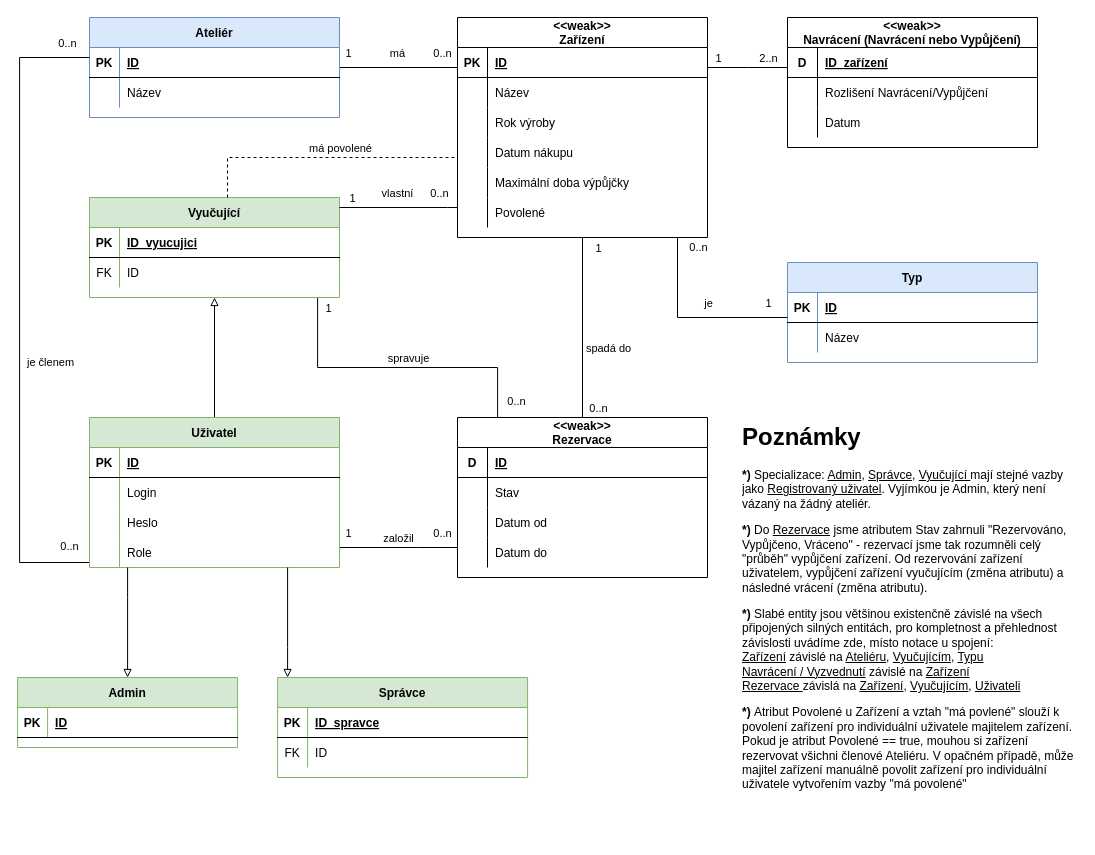
petr-plihal/is-for-art-school keeps this draw.io diagram as page "ER Diagram" (1 of 2) of docs/Diagramy.drawio. Above is the earlier version. Source tidied: cells renumbered, new cells numbered last; positions are measured from the earlier drawing's top-left corner, leaving out a move shared by most shapes. Both pictures are drawn from the tidied source at 100%, with x=0, y=0 at pixel (17, 17).
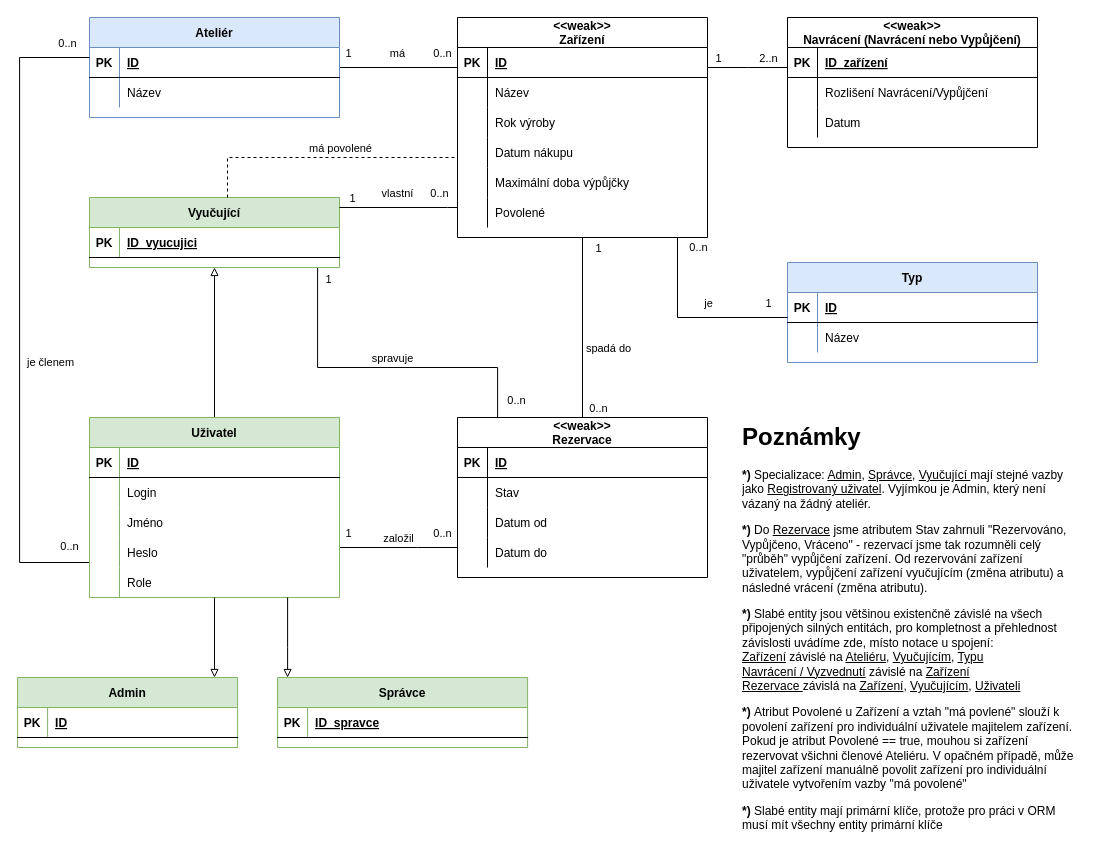
The same page after the edit.

Unchanged cells that the change refers to:
```xml
<mxCell id="69" style="shape=partialRectangle;fillColor=none;top=0;left=0;right=0;bottom=1;" parent="68" vertex="1">
  <mxGeometry y="30" width="250" height="30" as="geometry" />
</mxCell>
<mxCell id="86" style="shape=partialRectangle;fillColor=none;top=0;left=0;right=0;bottom=1;" parent="85" vertex="1">
  <mxGeometry y="30" width="250" height="30" as="geometry" />
</mxCell>
```

What changed in the source:
```diff
@@
     <mxCell id="56" value="Vyučující" style="shape=table;startSize=30;childLayout=tableLayout;rowLines=0;fontStyle=1;align=center;fillColor=#d5e8d4;strokeColor=#82b366;" parent="1" vertex="1">
-      <mxGeometry x="72" y="180" width="250" height="100" as="geometry" />
+      <mxGeometry x="72" y="180" width="250" height="70" as="geometry" />
     </mxCell>
@@
-    <mxCell id="60" style="shape=partialRectangle;fillColor=none;top=0;left=0;right=0;bottom=0;" parent="56" vertex="1">
-      <mxGeometry y="60" width="250" height="30" as="geometry" />
-    </mxCell>
-    <mxCell id="61" value="FK" style="shape=partialRectangle;overflow=hidden;fillColor=none;top=0;left=0;bottom=0;right=0;" parent="60" vertex="1">
-      <mxGeometry width="30" height="30" as="geometry" />
-    </mxCell>
-    <mxCell id="62" value="ID" style="shape=partialRectangle;overflow=hidden;fillColor=none;top=0;left=0;bottom=0;right=0;align=left;spacingLeft=6;" parent="60" vertex="1">
-      <mxGeometry x="30" width="220" height="30" as="geometry" />
-    </mxCell>
@@
-    <mxCell id="70" value="D" style="shape=partialRectangle;overflow=hidden;fillColor=none;top=0;left=0;bottom=0;right=0;fontStyle=1;" parent="69" vertex="1">
+    <mxCell id="70" value="PK" style="shape=partialRectangle;overflow=hidden;fillColor=none;top=0;left=0;bottom=0;right=0;fontStyle=1;" parent="69" vertex="1">
       <mxGeometry width="30" height="30" as="geometry" />
     </mxCell>
@@
-    <mxCell id="87" value="D" style="shape=partialRectangle;overflow=hidden;fillColor=none;top=0;left=0;bottom=0;right=0;fontStyle=1;" parent="86" vertex="1">
+    <mxCell id="87" value="PK" style="shape=partialRectangle;overflow=hidden;fillColor=none;top=0;left=0;bottom=0;right=0;fontStyle=1;" parent="86" vertex="1">
       <mxGeometry width="30" height="30" as="geometry" />
     </mxCell>
@@
     <mxCell id="98" value="Uživatel" style="shape=table;startSize=30;childLayout=tableLayout;rowLines=0;fontStyle=1;align=center;fillColor=#d5e8d4;strokeColor=#82b366;" parent="1" vertex="1">
-      <mxGeometry x="72" y="400" width="250" height="150" as="geometry" />
+      <mxGeometry x="72" y="400" width="250" height="180" as="geometry" />
     </mxCell>
@@
+    <mxCell id="127" style="shape=partialRectangle;fillColor=none;top=0;left=0;right=0;bottom=0;" parent="98" vertex="1">
+      <mxGeometry y="90" width="250" height="30" as="geometry" />
+    </mxCell>
+    <mxCell id="128" style="shape=partialRectangle;overflow=hidden;fillColor=none;top=0;left=0;bottom=0;right=0;" parent="127" vertex="1">
+      <mxGeometry width="30" height="30" as="geometry" />
+    </mxCell>
+    <mxCell id="129" value="Jméno" style="shape=partialRectangle;overflow=hidden;fillColor=none;top=0;left=0;bottom=0;right=0;align=left;spacingLeft=6;" parent="127" vertex="1">
+      <mxGeometry x="30" width="220" height="30" as="geometry" />
+    </mxCell>
     <mxCell id="105" style="shape=partialRectangle;fillColor=none;top=0;left=0;right=0;bottom=0;" parent="98" vertex="1">
-      <mxGeometry y="90" width="250" height="30" as="geometry" />
+      <mxGeometry y="120" width="250" height="30" as="geometry" />
     </mxCell>
@@
     <mxCell id="108" style="shape=partialRectangle;fillColor=none;top=0;left=0;right=0;bottom=0;" parent="98" vertex="1">
-      <mxGeometry y="120" width="250" height="30" as="geometry" />
+      <mxGeometry y="150" width="250" height="30" as="geometry" />
     </mxCell>
@@
     <mxCell id="111" value="Správce" style="shape=table;startSize=30;childLayout=tableLayout;rowLines=0;fontStyle=1;align=center;fillColor=#d5e8d4;strokeColor=#82b366;" parent="1" vertex="1">
-      <mxGeometry x="260.1" y="660" width="250" height="100" as="geometry" />
+      <mxGeometry x="260.1" y="660" width="250" height="70" as="geometry" />
     </mxCell>
@@
-    <mxCell id="115" style="shape=partialRectangle;fillColor=none;top=0;left=0;right=0;bottom=0;" parent="111" vertex="1">
-      <mxGeometry y="60" width="250" height="30" as="geometry" />
-    </mxCell>
-    <mxCell id="116" value="FK" style="shape=partialRectangle;overflow=hidden;fillColor=none;top=0;left=0;bottom=0;right=0;" parent="115" vertex="1">
-      <mxGeometry width="30" height="30" as="geometry" />
-    </mxCell>
-    <mxCell id="117" value="ID" style="shape=partialRectangle;overflow=hidden;fillColor=none;top=0;left=0;bottom=0;right=0;align=left;spacingLeft=6;" parent="115" vertex="1">
-      <mxGeometry x="30" width="220" height="30" as="geometry" />
-    </mxCell>
@@
-    <mxCell id="124" value="&lt;h1&gt;Poznámky&lt;/h1&gt;&lt;p&gt;&lt;b&gt;*) &lt;/b&gt;Specializace: &lt;u&gt;Admin&lt;/u&gt;, &lt;u&gt;Správce&lt;/u&gt;, &lt;u&gt;Vyučující &lt;/u&gt;mají stejné vazby jako &lt;u&gt;Registrovaný uživatel&lt;/u&gt;. Vyjímkou je Admin, který není vázaný na žádný ateliér.&lt;/p&gt;&lt;p&gt;&lt;b&gt;*)&lt;/b&gt; Do &lt;u&gt;Rezervace&lt;/u&gt; jsme atributem Stav zahrnuli &quot;Rezervováno, Vypůjčeno, Vráceno&quot; - rezervací jsme tak rozumněli celý &quot;průběh&quot; vypůjčení zařízení. Od rezervování zařízení uživatelem, vypůjčení zařízení vyučujícím (změna atributu) a následné vrácení (změna atributu).&lt;/p&gt;&lt;p&gt;&lt;b&gt;*) &lt;/b&gt;Slabé entity jsou většinou existenčně závislé na všech připojených silných entitách, pro kompletnost a přehlednost závislosti uvádíme zde, místo notace u spojení:&amp;nbsp;&lt;br&gt;&lt;u&gt;Zařízení&lt;/u&gt; závislé na &lt;u&gt;Ateliéru&lt;/u&gt;, &lt;u&gt;Vyučujícím&lt;/u&gt;, &lt;u&gt;Typu&lt;/u&gt;&lt;br&gt;&lt;u&gt;Navrácení / Vyzvednutí&lt;/u&gt;&amp;nbsp;závislé na &lt;u&gt;Zařízení&lt;/u&gt;&lt;br&gt;&lt;u&gt;Rezervace &lt;/u&gt;závislá na &lt;u&gt;Zařízení&lt;/u&gt;, &lt;u&gt;Vyučujícím&lt;/u&gt;, &lt;u&gt;Uživateli&lt;/u&gt;&lt;/p&gt;&lt;p&gt;&lt;b&gt;*)&lt;/b&gt;&amp;nbsp;Atribut Povolené u Zařízení a vztah &quot;má povlené&quot; slouží k povolení zařízení pro individuální uživatele majitelem zařízení. Pokud je atribut Povolené == true, mouhou si zařízení rezervovat všichni členové Ateliéru. V opačném případě, může majitel zařízení manuálně povolit zařízení pro individuální uživatele vytvořením vazby &quot;má povolené&quot;&lt;/p&gt;" style="text;html=1;strokeColor=none;fillColor=none;spacing=5;spacingTop=-20;whiteSpace=wrap;overflow=hidden;rounded=0;" parent="1" vertex="1">
-      <mxGeometry x="720" y="400" width="340.1" height="410" as="geometry" />
+    <mxCell id="124" value="&lt;h1&gt;Poznámky&lt;/h1&gt;&lt;p&gt;&lt;b&gt;*) &lt;/b&gt;Specializace: &lt;u&gt;Admin&lt;/u&gt;, &lt;u&gt;Správce&lt;/u&gt;, &lt;u&gt;Vyučující &lt;/u&gt;mají stejné vazby jako &lt;u&gt;Registrovaný uživatel&lt;/u&gt;. Vyjímkou je Admin, který není vázaný na žádný ateliér.&lt;/p&gt;&lt;p&gt;&lt;b&gt;*)&lt;/b&gt; Do &lt;u&gt;Rezervace&lt;/u&gt; jsme atributem Stav zahrnuli &quot;Rezervováno, Vypůjčeno, Vráceno&quot; - rezervací jsme tak rozumněli celý &quot;průběh&quot; vypůjčení zařízení. Od rezervování zařízení uživatelem, vypůjčení zařízení vyučujícím (změna atributu) a následné vrácení (změna atributu).&lt;/p&gt;&lt;p&gt;&lt;b&gt;*) &lt;/b&gt;Slabé entity jsou většinou existenčně závislé na všech připojených silných entitách, pro kompletnost a přehlednost závislosti uvádíme zde, místo notace u spojení:&amp;nbsp;&lt;br&gt;&lt;u&gt;Zařízení&lt;/u&gt; závislé na &lt;u&gt;Ateliéru&lt;/u&gt;, &lt;u&gt;Vyučujícím&lt;/u&gt;, &lt;u&gt;Typu&lt;/u&gt;&lt;br&gt;&lt;u&gt;Navrácení / Vyzvednutí&lt;/u&gt;&amp;nbsp;závislé na &lt;u&gt;Zařízení&lt;/u&gt;&lt;br&gt;&lt;u&gt;Rezervace &lt;/u&gt;závislá na &lt;u&gt;Zařízení&lt;/u&gt;, &lt;u&gt;Vyučujícím&lt;/u&gt;, &lt;u&gt;Uživateli&lt;/u&gt;&lt;/p&gt;&lt;p&gt;&lt;b&gt;*)&lt;/b&gt;&amp;nbsp;Atribut Povolené u Zařízení a vztah &quot;má povlené&quot; slouží k povolení zařízení pro individuální uživatele majitelem zařízení. Pokud je atribut Povolené == true, mouhou si zařízení rezervovat všichni členové Ateliéru. V opačném případě, může majitel zařízení manuálně povolit zařízení pro individuální uživatele vytvořením vazby &quot;má povolené&quot;&lt;/p&gt;&lt;p&gt;&lt;b&gt;*) &lt;/b&gt;Slabé entity mají primární klíče, protože pro práci v ORM musí mít všechny entity primární klíče&lt;/p&gt;" style="text;html=1;strokeColor=none;fillColor=none;spacing=5;spacingTop=-20;whiteSpace=wrap;overflow=hidden;rounded=0;" parent="1" vertex="1">
+      <mxGeometry x="720" y="400" width="340.1" height="420" as="geometry" />
     </mxCell>
```
